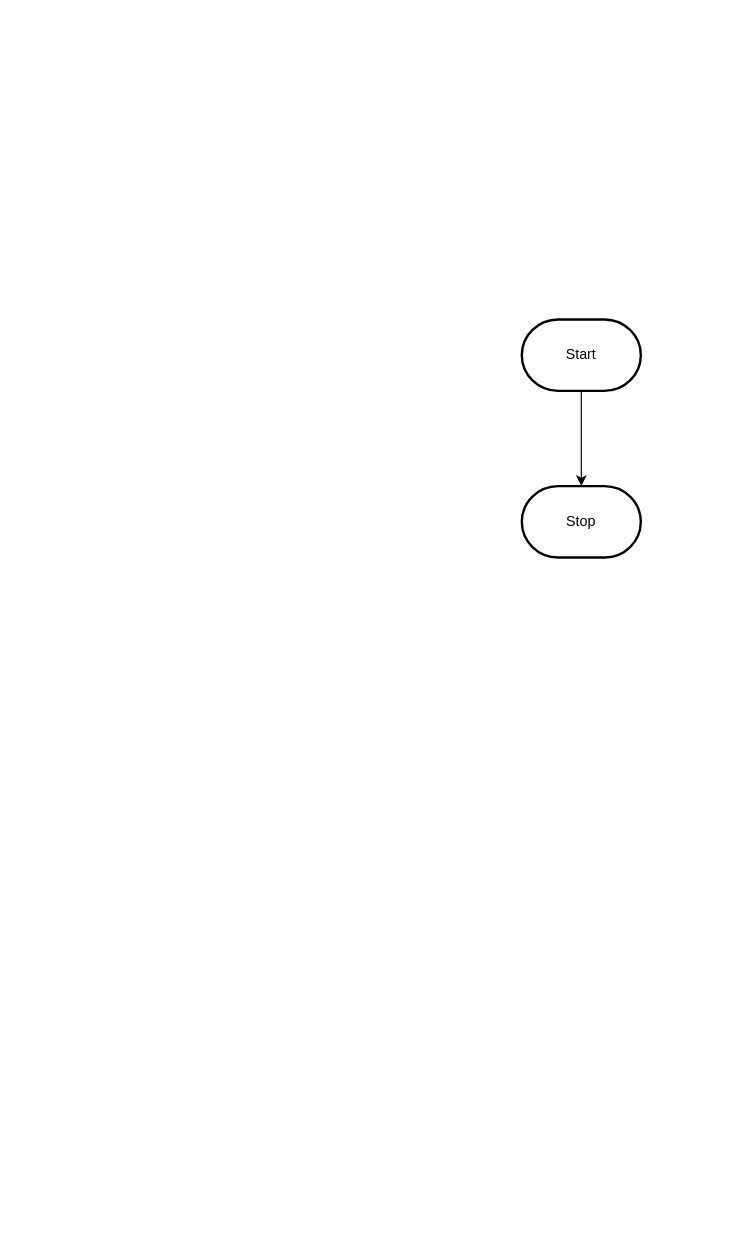
The draw.io diagram design/flowchart.drawio in MTHS-ICD2O-1-2023/ICD2O-Unit-5-03-fetuha-gebremekeal, before the edit. Source tidied: cells renumbered, new cells numbered last; positions are measured from the earlier drawing's top-left corner, leaving out a move shared by most shapes. Both pictures are drawn from the tidied source at 119%, with x=0, y=0 at pixel (521, 319).
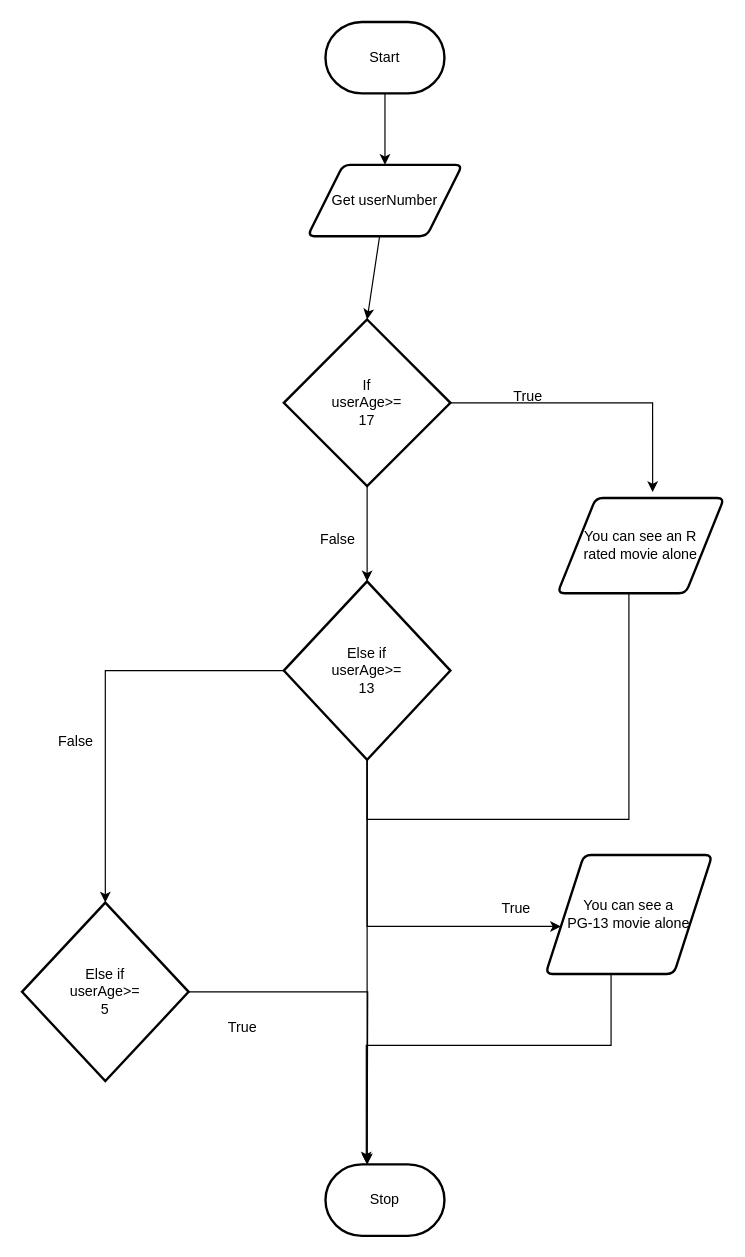
After the change.

Diff of the diagram source:
```diff
@@
-    <mxCell id="2" style="edgeStyle=orthogonalEdgeStyle;html=1;rounded=0;" parent="1" edge="1" source="3" target="4">
-      <mxGeometry relative="1" as="geometry" />
-    </mxCell>
+    <mxCell id="5" style="edgeStyle=none;html=1;entryX=0.5;entryY=0;entryDx=0;entryDy=0;" parent="1" edge="1" source="3" target="7">
+      <mxGeometry relative="1" as="geometry" />
+    </mxCell>
     <mxCell id="3" value="Start" style="strokeWidth=2;html=1;shape=mxgraph.flowchart.terminator;whiteSpace=wrap;" parent="1" vertex="1">
-      <mxGeometry width="100" height="60" as="geometry" />
+      <mxGeometry x="-165" y="-250" width="100" height="60" as="geometry" />
     </mxCell>
     <mxCell id="4" value="Stop" style="strokeWidth=2;html=1;shape=mxgraph.flowchart.terminator;whiteSpace=wrap;" parent="1" vertex="1">
-      <mxGeometry y="140" width="100" height="60" as="geometry" />
+      <mxGeometry x="-165" y="710" width="100" height="60" as="geometry" />
     </mxCell>
+    <mxCell id="6" style="edgeStyle=none;html=1;entryX=0.5;entryY=0;entryDx=0;entryDy=0;entryPerimeter=0;" parent="1" edge="1" source="7" target="10">
+      <mxGeometry relative="1" as="geometry" />
+    </mxCell>
+    <mxCell id="7" value="Get userNumber" style="shape=parallelogram;html=1;strokeWidth=2;perimeter=parallelogramPerimeter;whiteSpace=wrap;rounded=1;arcSize=12;size=0.23;" parent="1" vertex="1">
+      <mxGeometry x="-180" y="-130" width="130" height="60" as="geometry" />
+    </mxCell>
+    <mxCell id="8" style="edgeStyle=orthogonalEdgeStyle;shape=connector;rounded=1;html=1;entryX=0.5;entryY=0;entryDx=0;entryDy=0;entryPerimeter=0;labelBackgroundColor=default;strokeColor=default;fontFamily=Helvetica;fontSize=12;fontColor=default;endArrow=classic;" parent="1" edge="1" source="10" target="17">
+      <mxGeometry relative="1" as="geometry" />
+    </mxCell>
+    <mxCell id="9" style="edgeStyle=orthogonalEdgeStyle;html=1;entryX=0.571;entryY=-0.062;entryDx=0;entryDy=0;entryPerimeter=0;rounded=0;" parent="1" edge="1" source="10" target="12">
+      <mxGeometry relative="1" as="geometry" />
+    </mxCell>
+    <mxCell id="10" value="If&lt;br&gt;userAge&amp;gt;=&lt;br&gt;17" style="strokeWidth=2;html=1;shape=mxgraph.flowchart.decision;whiteSpace=wrap;" parent="1" vertex="1">
+      <mxGeometry x="-200" width="140" height="140" as="geometry" />
+    </mxCell>
+    <mxCell id="11" style="edgeStyle=orthogonalEdgeStyle;shape=connector;rounded=0;html=1;entryX=0.5;entryY=0;entryDx=0;entryDy=0;entryPerimeter=0;labelBackgroundColor=default;strokeColor=default;fontFamily=Helvetica;fontSize=11;fontColor=default;endArrow=classic;" parent="1" edge="1" source="12" target="17">
+      <mxGeometry relative="1" as="geometry">
+        <Array as="points">
+          <mxPoint x="90" y="420" />
+          <mxPoint x="-130" y="420" />
+        </Array>
+      </mxGeometry>
+    </mxCell>
+    <mxCell id="12" value="You can see an R &lt;br&gt;rated movie alone" style="shape=parallelogram;html=1;strokeWidth=2;perimeter=parallelogramPerimeter;whiteSpace=wrap;rounded=1;arcSize=12;size=0.23;" parent="1" vertex="1">
+      <mxGeometry x="30" y="150" width="140" height="80" as="geometry" />
+    </mxCell>
+    <mxCell id="13" value="True" style="text;html=1;align=center;verticalAlign=middle;strokeColor=none;fillColor=none;" parent="1" vertex="1">
+      <mxGeometry x="-20" y="50" width="50" height="30" as="geometry" />
+    </mxCell>
+    <mxCell id="14" style="edgeStyle=orthogonalEdgeStyle;shape=connector;rounded=0;html=1;labelBackgroundColor=default;strokeColor=default;fontFamily=Helvetica;fontSize=12;fontColor=default;endArrow=classic;" parent="1" edge="1" source="17" target="20">
+      <mxGeometry relative="1" as="geometry">
+        <Array as="points">
+          <mxPoint x="-130" y="510" />
+        </Array>
+      </mxGeometry>
+    </mxCell>
+    <mxCell id="15" style="edgeStyle=none;html=1;" parent="1" edge="1" source="17">
+      <mxGeometry relative="1" as="geometry">
+        <mxPoint x="-130" y="710" as="targetPoint" />
+        <Array as="points">
+          <mxPoint x="-130" y="590" />
+        </Array>
+      </mxGeometry>
+    </mxCell>
+    <mxCell id="16" style="edgeStyle=orthogonalEdgeStyle;rounded=0;html=1;entryX=0.5;entryY=0;entryDx=0;entryDy=0;entryPerimeter=0;" parent="1" edge="1" source="17" target="24">
+      <mxGeometry relative="1" as="geometry" />
+    </mxCell>
+    <mxCell id="17" value="Else if&lt;br&gt;userAge&amp;gt;=&lt;br&gt;13" style="strokeWidth=2;html=1;shape=mxgraph.flowchart.decision;whiteSpace=wrap;" parent="1" vertex="1">
+      <mxGeometry x="-200" y="220" width="140" height="150" as="geometry" />
+    </mxCell>
+    <mxCell id="18" value="False" style="text;html=1;align=center;verticalAlign=middle;strokeColor=none;fillColor=none;fontSize=12;fontFamily=Helvetica;fontColor=default;" parent="1" vertex="1">
+      <mxGeometry x="-180" y="170" width="50" height="30" as="geometry" />
+    </mxCell>
+    <mxCell id="19" style="edgeStyle=orthogonalEdgeStyle;shape=connector;rounded=0;html=1;entryX=0.343;entryY=-0.027;entryDx=0;entryDy=0;entryPerimeter=0;labelBackgroundColor=default;strokeColor=default;fontFamily=Helvetica;fontSize=11;fontColor=default;endArrow=classic;" parent="1" edge="1" source="20" target="4">
+      <mxGeometry relative="1" as="geometry">
+        <Array as="points">
+          <mxPoint x="75" y="610" />
+          <mxPoint x="-131" y="610" />
+        </Array>
+      </mxGeometry>
+    </mxCell>
+    <mxCell id="20" value="You can see a &lt;br&gt;PG-13 movie alone" style="shape=parallelogram;html=1;strokeWidth=2;perimeter=parallelogramPerimeter;whiteSpace=wrap;rounded=1;arcSize=12;size=0.23;fontFamily=Helvetica;fontSize=12;fontColor=default;fillColor=none;gradientColor=none;" parent="1" vertex="1">
+      <mxGeometry x="20" y="450" width="140" height="100" as="geometry" />
+    </mxCell>
+    <mxCell id="21" value="True" style="text;html=1;align=center;verticalAlign=middle;strokeColor=none;fillColor=none;fontSize=12;fontFamily=Helvetica;fontColor=default;" parent="1" vertex="1">
+      <mxGeometry x="-30" y="480" width="50" height="30" as="geometry" />
+    </mxCell>
+    <mxCell id="22" value="False" style="text;html=1;align=center;verticalAlign=middle;strokeColor=none;fillColor=none;fontSize=12;fontFamily=Helvetica;fontColor=default;" parent="1" vertex="1">
+      <mxGeometry x="-400" y="340" width="50" height="30" as="geometry" />
+    </mxCell>
+    <mxCell id="23" style="edgeStyle=orthogonalEdgeStyle;rounded=0;html=1;" parent="1" edge="1" source="24">
+      <mxGeometry relative="1" as="geometry">
+        <mxPoint x="-130" y="710" as="targetPoint" />
+      </mxGeometry>
+    </mxCell>
+    <mxCell id="24" value="Else if&lt;br&gt;userAge&amp;gt;=&lt;br&gt;5" style="strokeWidth=2;html=1;shape=mxgraph.flowchart.decision;whiteSpace=wrap;" parent="1" vertex="1">
+      <mxGeometry x="-420" y="490" width="140" height="150" as="geometry" />
+    </mxCell>
+    <mxCell id="25" value="True" style="text;html=1;align=center;verticalAlign=middle;strokeColor=none;fillColor=none;" parent="1" vertex="1">
+      <mxGeometry x="-260" y="580" width="50" height="30" as="geometry" />
+    </mxCell>
```
